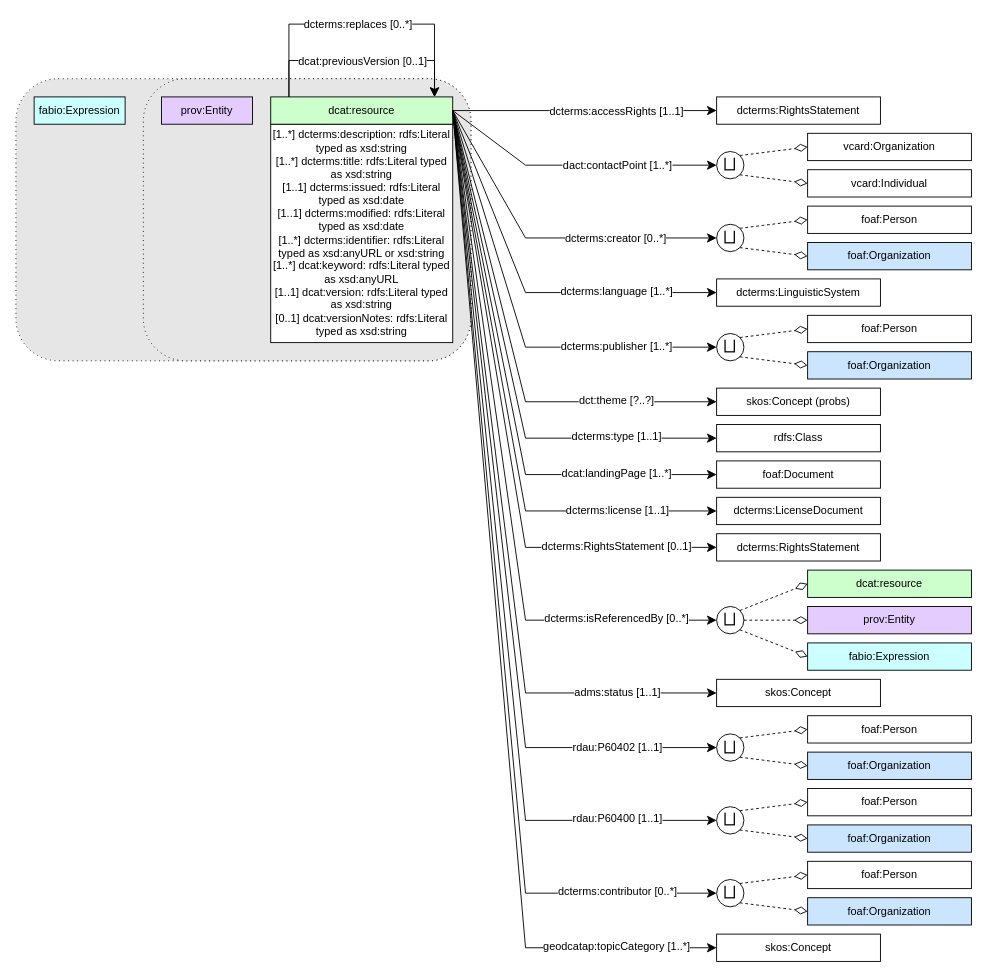
Earlier version of the draw.io diagram CEH-DCAT-AP/CEH-DCAT-AP_diagrams/dcat-resource.drawio (NERC-CEH/digital-objects-ontology). Source tidied: cells renumbered, new cells numbered last; positions are measured from the earlier drawing's top-left corner, leaving out a move shared by most shapes. Both pictures are drawn from the tidied source at 91%, with x=0, y=0 at pixel (15, 24).
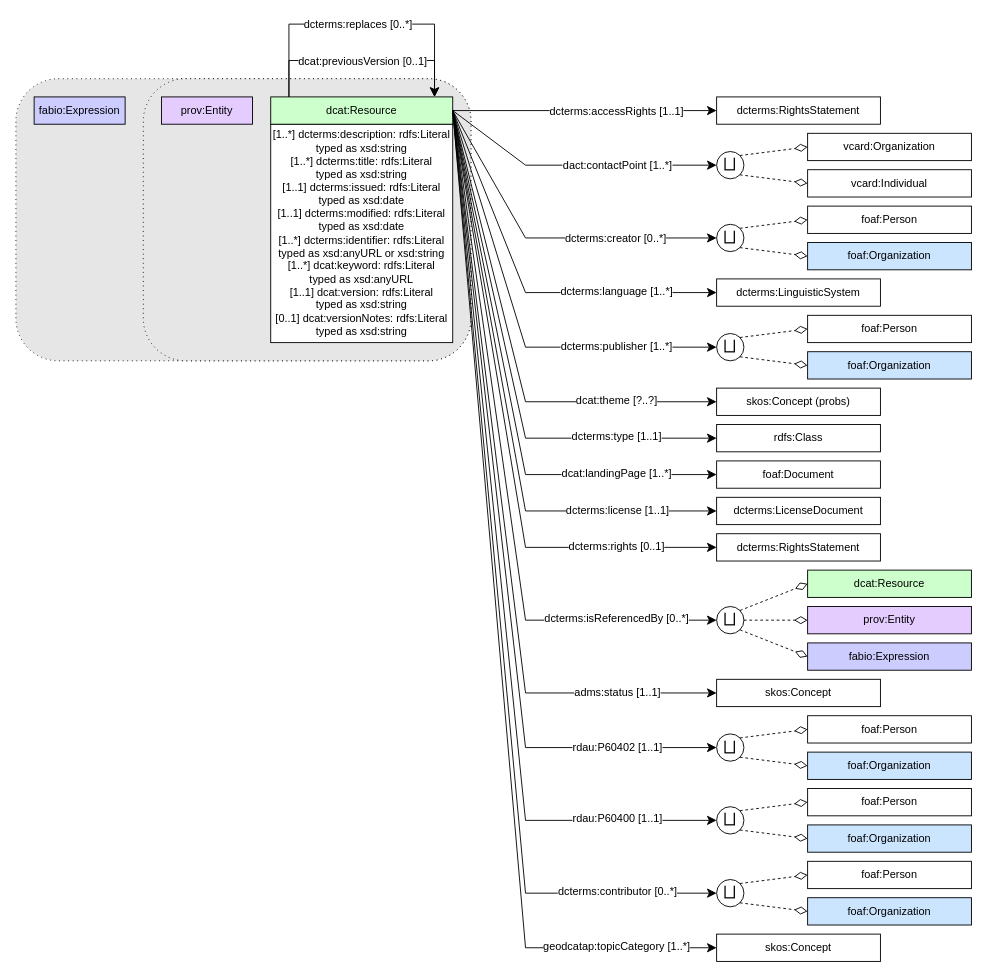
The same page after the edit.

Commit message:
minor corrections and introduction of new colour scheme

The change refers to these unchanged cells:
```xml
<mxCell id="15" style="group;" parent="1" vertex="1">
  <mxGeometry x="280" y="80" width="200" height="270" as="geometry" />
</mxCell>
<mxCell id="41" style="endArrow=classic;html=1;exitX=1;exitY=0.5;exitDx=0;exitDy=0;entryX=0;entryY=0.5;entryDx=0;entryDy=0;endSize=8;arcSize=0;rounded=0;" parent="1" edge="1" source="17" target="43">
  <mxGeometry relative="1" as="geometry">
    <Array as="points">
      <mxPoint x="560" y="415" />
    </Array>
  </mxGeometry>
</mxCell>
<mxCell id="53" style="endArrow=classic;html=1;exitX=1;exitY=0.5;exitDx=0;exitDy=0;entryX=0;entryY=0.5;entryDx=0;entryDy=0;endSize=8;arcSize=0;rounded=0;" parent="1" edge="1" source="17" target="55">
  <mxGeometry relative="1" as="geometry">
    <Array as="points">
      <mxPoint x="560" y="575" />
    </Array>
  </mxGeometry>
</mxCell>
```

The edit, as a diff of the source:
```diff
@@
-    <mxCell id="16" value="[1..*] dcterms:description:&amp;nbsp;rdfs:Literal typed as xsd:string&lt;div&gt;[1..*] dcterms:title:&amp;nbsp;rdfs:Literal typed as xsd:string&lt;br&gt;&lt;/div&gt;&lt;div&gt;[1..1] dcterms:issued:&amp;nbsp;rdfs:Literal typed as xsd:date&lt;br&gt;&lt;/div&gt;&lt;div&gt;[1..1] dcterms:modified:&amp;nbsp;rdfs:Literal typed as xsd:date&lt;br&gt;&lt;/div&gt;&lt;div&gt;[1..*] dcterms:identifier:&amp;nbsp;rdfs:Literal typed as xsd:anyURL or xsd:string&lt;/div&gt;&lt;div&gt;[1..*] dcat:keyword:&amp;nbsp;rdfs:Literal typed as xsd:anyURL&lt;br&gt;&lt;/div&gt;&lt;div&gt;[1..1] dcat:version:&amp;nbsp;rdfs:Literal typed as xsd:string&lt;br&gt;&lt;/div&gt;&lt;div&gt;[0..1] dcat:versionNotes:&amp;nbsp;rdfs:Literal typed as xsd:string&lt;br&gt;&lt;/div&gt;" style="rounded=0;whiteSpace=wrap;html=1;" parent="15" vertex="1">
+    <mxCell id="16" value="[1..*] dcterms:description:&amp;nbsp;rdfs:Literal typed as xsd:string&lt;div&gt;[1..*] dcterms:title:&amp;nbsp;rdfs:Literal&lt;/div&gt;&lt;div&gt;typed as xsd:string&lt;br&gt;&lt;/div&gt;&lt;div&gt;[1..1] dcterms:issued:&amp;nbsp;rdfs:Literal typed as xsd:date&lt;br&gt;&lt;/div&gt;&lt;div&gt;[1..1] dcterms:modified:&amp;nbsp;rdfs:Literal typed as xsd:date&lt;br&gt;&lt;/div&gt;&lt;div&gt;[1..*] dcterms:identifier:&amp;nbsp;rdfs:Literal typed as xsd:anyURL or xsd:string&lt;/div&gt;&lt;div&gt;[1..*] dcat:keyword:&amp;nbsp;rdfs:Literal&lt;/div&gt;&lt;div&gt;typed as xsd:anyURL&lt;br&gt;&lt;/div&gt;&lt;div&gt;[1..1] dcat:version:&amp;nbsp;rdfs:Literal&lt;/div&gt;&lt;div&gt;typed as xsd:string&lt;br&gt;&lt;/div&gt;&lt;div&gt;[0..1] dcat:versionNotes:&amp;nbsp;rdfs:Literal typed as xsd:string&lt;br&gt;&lt;/div&gt;" style="rounded=0;whiteSpace=wrap;html=1;" parent="15" vertex="1">
       <mxGeometry y="30" width="200" height="240" as="geometry" />
     </mxCell>
-    <mxCell id="17" value="dcat:resource" style="rounded=0;whiteSpace=wrap;html=1;snapToPoint=1;points=[[0.1,0],[0.2,0],[0.3,0],[0.4,0],[0.5,0],[0.6,0],[0.7,0],[0.8,0],[0.9,0],[0,0.1],[0,0.3],[0,0.5],[0,0.7],[0,0.9],[0.1,1],[0.2,1],[0.3,1],[0.4,1],[0.5,1],[0.6,1],[0.7,1],[0.8,1],[0.9,1],[1,0.1],[1,0.3],[1,0.5],[1,0.7],[1,0.9]];fillColor=#CCFFCC;" parent="15" vertex="1">
+    <mxCell id="17" value="dcat:Resource" style="rounded=0;whiteSpace=wrap;html=1;snapToPoint=1;points=[[0.1,0],[0.2,0],[0.3,0],[0.4,0],[0.5,0],[0.6,0],[0.7,0],[0.8,0],[0.9,0],[0,0.1],[0,0.3],[0,0.5],[0,0.7],[0,0.9],[0.1,1],[0.2,1],[0.3,1],[0.4,1],[0.5,1],[0.6,1],[0.7,1],[0.8,1],[0.9,1],[1,0.1],[1,0.3],[1,0.5],[1,0.7],[1,0.9]];fillColor=#CCFFCC;" parent="15" vertex="1">
       <mxGeometry width="200" height="30" as="geometry" />
     </mxCell>
@@
-    <mxCell id="42" value="&lt;div&gt;dct:theme [?..?]&lt;/div&gt;" style="text;html=1;align=center;verticalAlign=middle;labelBackgroundColor=#ffffff;" parent="41" vertex="1">
+    <mxCell id="42" value="&lt;div&gt;dcat:theme [?..?]&lt;/div&gt;" style="text;html=1;align=center;verticalAlign=middle;labelBackgroundColor=#ffffff;" parent="41" vertex="1">
       <mxGeometry x="-0.13" relative="1" as="geometry">
         <mxPoint x="123" y="91" as="offset" />
       </mxGeometry>
     </mxCell>
@@
-    <mxCell id="54" value="&lt;div&gt;dcterms:RightsStatement [0..1]&lt;/div&gt;" style="text;html=1;align=center;verticalAlign=middle;labelBackgroundColor=#ffffff;" parent="53" vertex="1">
+    <mxCell id="54" value="&lt;div&gt;dcterms:rights [0..1]&lt;/div&gt;" style="text;html=1;align=center;verticalAlign=middle;labelBackgroundColor=#ffffff;" parent="53" vertex="1">
       <mxGeometry x="-0.13" relative="1" as="geometry">
         <mxPoint x="130" y="180" as="offset" />
       </mxGeometry>
     </mxCell>
@@
-    <mxCell id="59" value="dcat:resource" style="rounded=0;whiteSpace=wrap;html=1;snapToPoint=1;points=[[0.1,0],[0.2,0],[0.3,0],[0.4,0],[0.5,0],[0.6,0],[0.7,0],[0.8,0],[0.9,0],[0,0.1],[0,0.3],[0,0.5],[0,0.7],[0,0.9],[0.1,1],[0.2,1],[0.3,1],[0.4,1],[0.5,1],[0.6,1],[0.7,1],[0.8,1],[0.9,1],[1,0.1],[1,0.3],[1,0.5],[1,0.7],[1,0.9]];fillColor=#CCFFCC;" parent="1" vertex="1">
+    <mxCell id="59" value="dcat:Resource" style="rounded=0;whiteSpace=wrap;html=1;snapToPoint=1;points=[[0.1,0],[0.2,0],[0.3,0],[0.4,0],[0.5,0],[0.6,0],[0.7,0],[0.8,0],[0.9,0],[0,0.1],[0,0.3],[0,0.5],[0,0.7],[0,0.9],[0.1,1],[0.2,1],[0.3,1],[0.4,1],[0.5,1],[0.6,1],[0.7,1],[0.8,1],[0.9,1],[1,0.1],[1,0.3],[1,0.5],[1,0.7],[1,0.9]];fillColor=#CCFFCC;" parent="1" vertex="1">
       <mxGeometry x="870" y="600" width="180" height="30" as="geometry" />
     </mxCell>
@@
-    <mxCell id="64" value="fabio:Expression" style="rounded=0;whiteSpace=wrap;html=1;snapToPoint=1;points=[[0.1,0],[0.2,0],[0.3,0],[0.4,0],[0.5,0],[0.6,0],[0.7,0],[0.8,0],[0.9,0],[0,0.1],[0,0.3],[0,0.5],[0,0.7],[0,0.9],[0.1,1],[0.2,1],[0.3,1],[0.4,1],[0.5,1],[0.6,1],[0.7,1],[0.8,1],[0.9,1],[1,0.1],[1,0.3],[1,0.5],[1,0.7],[1,0.9]];fillColor=#CCFFFF;" parent="1" vertex="1">
+    <mxCell id="64" value="fabio:Expression" style="rounded=0;whiteSpace=wrap;html=1;snapToPoint=1;points=[[0.1,0],[0.2,0],[0.3,0],[0.4,0],[0.5,0],[0.6,0],[0.7,0],[0.8,0],[0.9,0],[0,0.1],[0,0.3],[0,0.5],[0,0.7],[0,0.9],[0.1,1],[0.2,1],[0.3,1],[0.4,1],[0.5,1],[0.6,1],[0.7,1],[0.8,1],[0.9,1],[1,0.1],[1,0.3],[1,0.5],[1,0.7],[1,0.9]];fillColor=#CCCCFF;" parent="1" vertex="1">
       <mxGeometry x="870" y="680" width="180" height="30" as="geometry" />
     </mxCell>
@@
-    <mxCell id="97" value="fabio:Expression" style="rounded=0;whiteSpace=wrap;html=1;fillColor=#CCFFFF;" parent="1" vertex="1">
+    <mxCell id="97" value="fabio:Expression" style="rounded=0;whiteSpace=wrap;html=1;fillColor=#CCCCFF;" parent="1" vertex="1">
       <mxGeometry x="20" y="80" width="100" height="30" as="geometry" />
     </mxCell>
```
